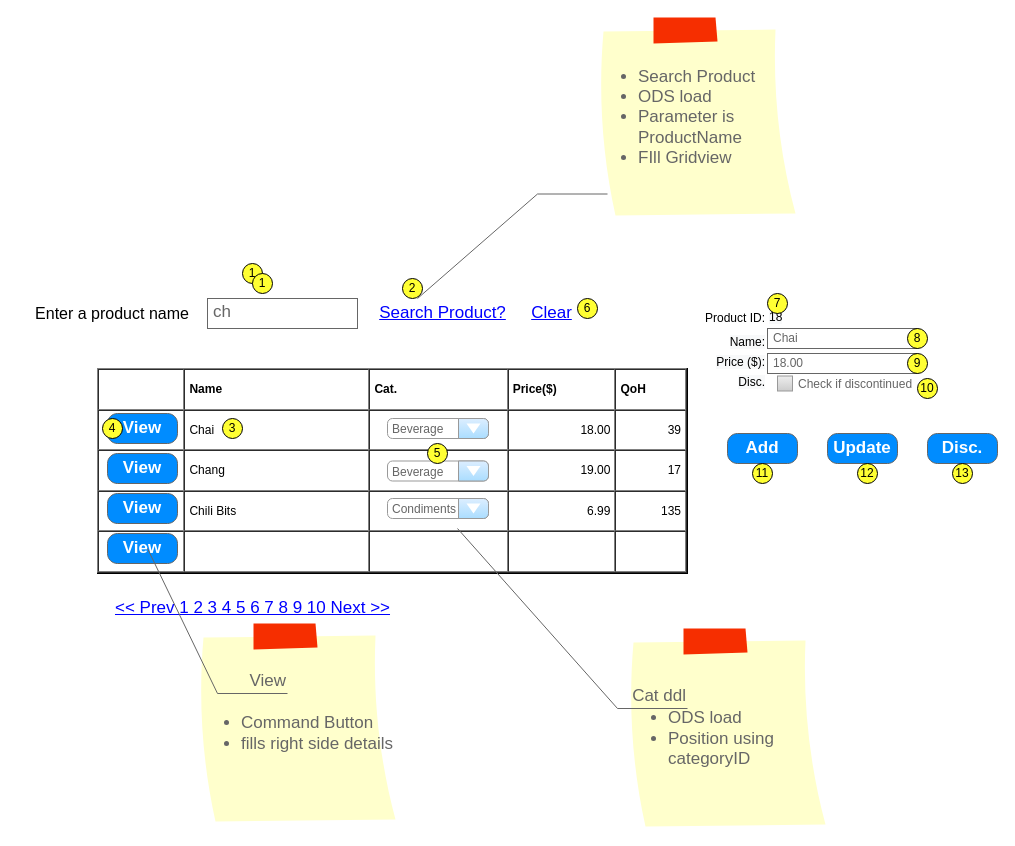
Earlier version of the draw.io diagram CSNet/ODS UX Design Demo.drawio (WVenner/2020-Sep-CPSC1517-A03). Source tidied: cells renumbered, new cells numbered last; positions are measured from the earlier drawing's top-left corner, leaving out a move shared by most shapes. Both pictures are drawn from the tidied source at 100%, with x=0, y=0 at pixel (17, 17).
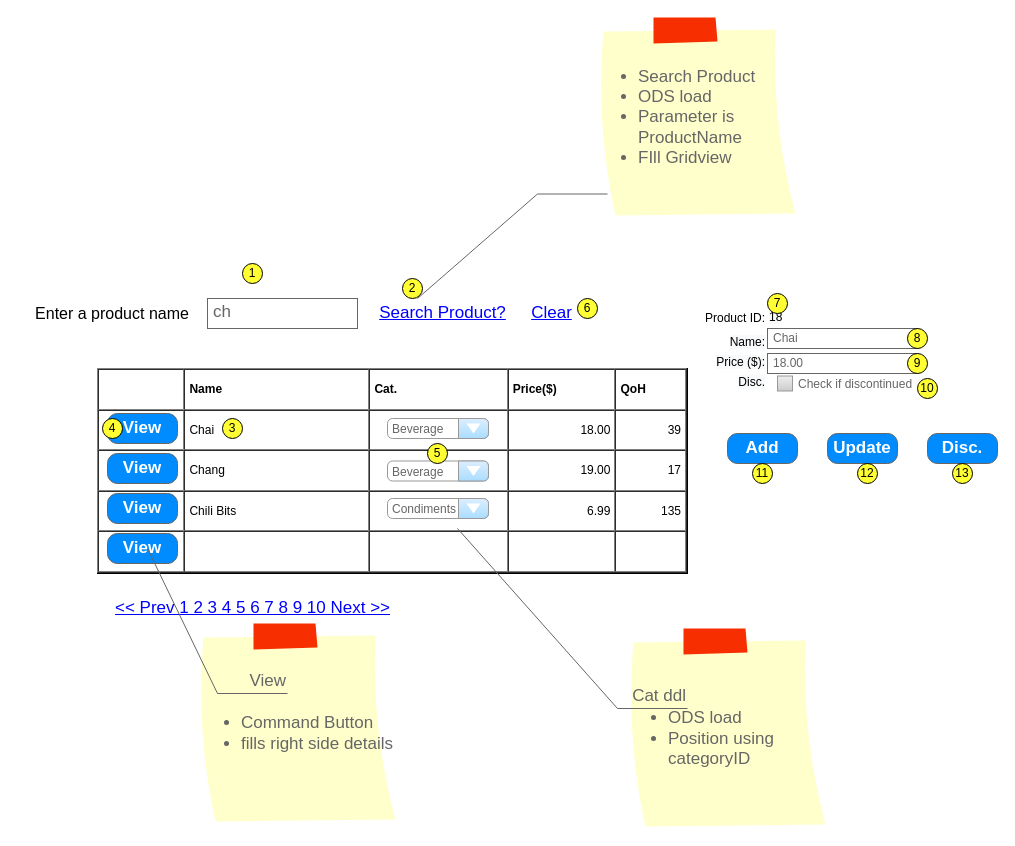
The same diagram, later.

Change to the diagram source:
```diff
@@
-    <mxCell id="34" value="1" style="text;html=1;align=center;verticalAlign=middle;whiteSpace=wrap;rounded=1;fillColor=#FFFF33;strokeColor=#000000;arcSize=50;" parent="1" vertex="1">
-      <mxGeometry x="235" y="256" width="20" height="20" as="geometry" />
-    </mxCell>
```
